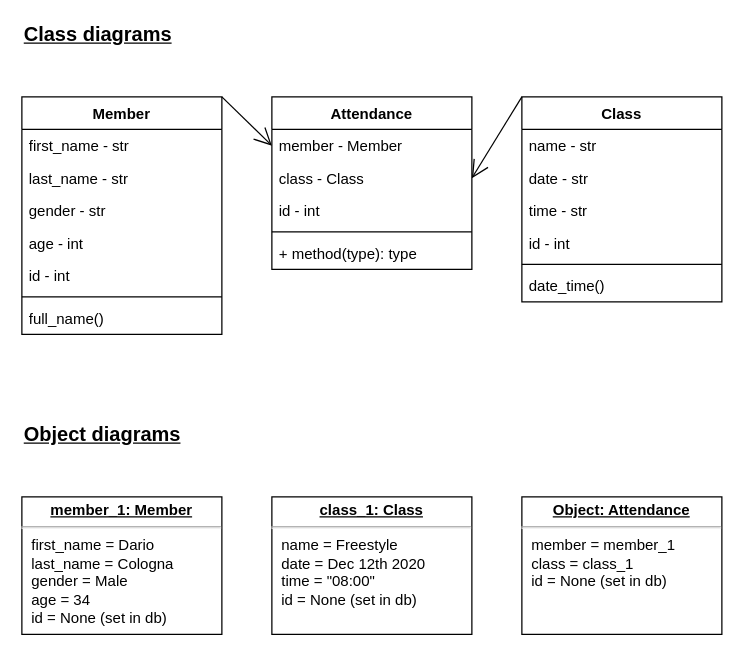
Before: planning/classes.drawio in Stanhoucke/gym_web_app, a draw.io diagram. Source tidied: cells renumbered, new cells numbered last; positions are measured from the earlier drawing's top-left corner, leaving out a move shared by most shapes. Both pictures are drawn from the tidied source at 125%, with x=0, y=0 at pixel (21, 21).
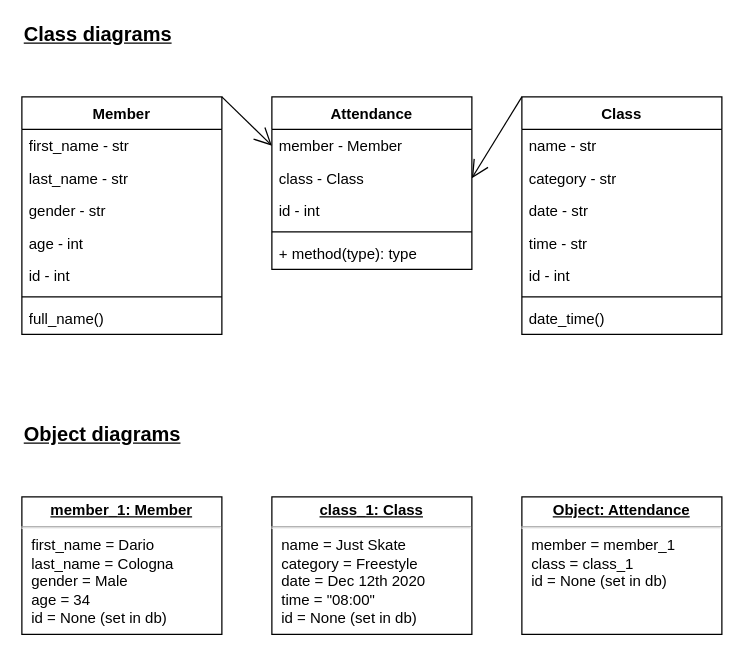
Above is the later version.

Commit message (it also covers changes not shown here):
changes to plan drawings

What changed in the source:
```diff
@@
     <mxCell id="10" value="Class" style="swimlane;fontStyle=1;align=center;verticalAlign=top;horizontal=1;startSize=26;" parent="1" vertex="1">
-      <mxGeometry x="400" y="60" width="160" height="164" as="geometry" />
+      <mxGeometry x="400" y="60" width="160" height="190" as="geometry" />
     </mxCell>
@@
+    <mxCell id="30" value="category - str" style="text;strokeColor=none;fillColor=none;align=left;verticalAlign=top;spacingLeft=4;spacingRight=4;overflow=hidden;" parent="10" vertex="1">
+      <mxGeometry y="52" width="160" height="26" as="geometry" />
+    </mxCell>
     <mxCell id="12" value="date - str" style="text;strokeColor=none;fillColor=none;align=left;verticalAlign=top;spacingLeft=4;spacingRight=4;overflow=hidden;" parent="10" vertex="1">
-      <mxGeometry y="52" width="160" height="26" as="geometry" />
+      <mxGeometry y="78" width="160" height="26" as="geometry" />
     </mxCell>
     <mxCell id="13" value="time - str" style="text;strokeColor=none;fillColor=none;align=left;verticalAlign=top;spacingLeft=4;spacingRight=4;overflow=hidden;" parent="10" vertex="1">
-      <mxGeometry y="78" width="160" height="26" as="geometry" />
+      <mxGeometry y="104" width="160" height="26" as="geometry" />
     </mxCell>
     <mxCell id="14" value="id - int" style="text;strokeColor=none;fillColor=none;align=left;verticalAlign=top;spacingLeft=4;spacingRight=4;overflow=hidden;" parent="10" vertex="1">
-      <mxGeometry y="104" width="160" height="26" as="geometry" />
+      <mxGeometry y="130" width="160" height="26" as="geometry" />
     </mxCell>
     <mxCell id="15" style="line;strokeWidth=1;fillColor=none;align=left;verticalAlign=middle;spacingTop=-1;spacingLeft=3;spacingRight=3;labelPosition=right;" parent="10" vertex="1">
-      <mxGeometry y="130" width="160" height="8" as="geometry" />
+      <mxGeometry y="156" width="160" height="8" as="geometry" />
     </mxCell>
     <mxCell id="16" value="date_time()" style="text;strokeColor=none;fillColor=none;align=left;verticalAlign=top;spacingLeft=4;spacingRight=4;overflow=hidden;" parent="10" vertex="1">
-      <mxGeometry y="138" width="160" height="26" as="geometry" />
+      <mxGeometry y="164" width="160" height="26" as="geometry" />
     </mxCell>
@@
-    <mxCell id="28" value="&lt;p style=&quot;margin: 0px ; margin-top: 4px ; text-align: center ; text-decoration: underline&quot;&gt;&lt;b&gt;class_1: Class&lt;/b&gt;&lt;/p&gt;&lt;hr&gt;&lt;p style=&quot;margin: 0px ; margin-left: 8px&quot;&gt;name = Freestyle&lt;br&gt;date = Dec 12th 2020&lt;br&gt;time = &quot;08:00&quot;&lt;/p&gt;&lt;p style=&quot;margin: 0px ; margin-left: 8px&quot;&gt;id = None (set in db)&lt;/p&gt;" style="verticalAlign=top;align=left;overflow=fill;fontSize=12;fontFamily=Helvetica;html=1;" parent="1" vertex="1">
+    <mxCell id="28" value="&lt;p style=&quot;margin: 0px ; margin-top: 4px ; text-align: center ; text-decoration: underline&quot;&gt;&lt;b&gt;class_1: Class&lt;/b&gt;&lt;/p&gt;&lt;hr&gt;&lt;p style=&quot;margin: 0px ; margin-left: 8px&quot;&gt;name = Just Skate&lt;/p&gt;&lt;p style=&quot;margin: 0px ; margin-left: 8px&quot;&gt;category = Freestyle&lt;br&gt;date = Dec 12th 2020&lt;br&gt;time = &quot;08:00&quot;&lt;/p&gt;&lt;p style=&quot;margin: 0px ; margin-left: 8px&quot;&gt;id = None (set in db)&lt;/p&gt;" style="verticalAlign=top;align=left;overflow=fill;fontSize=12;fontFamily=Helvetica;html=1;" parent="1" vertex="1">
       <mxGeometry x="200" y="380" width="160" height="110" as="geometry" />
     </mxCell>
```
